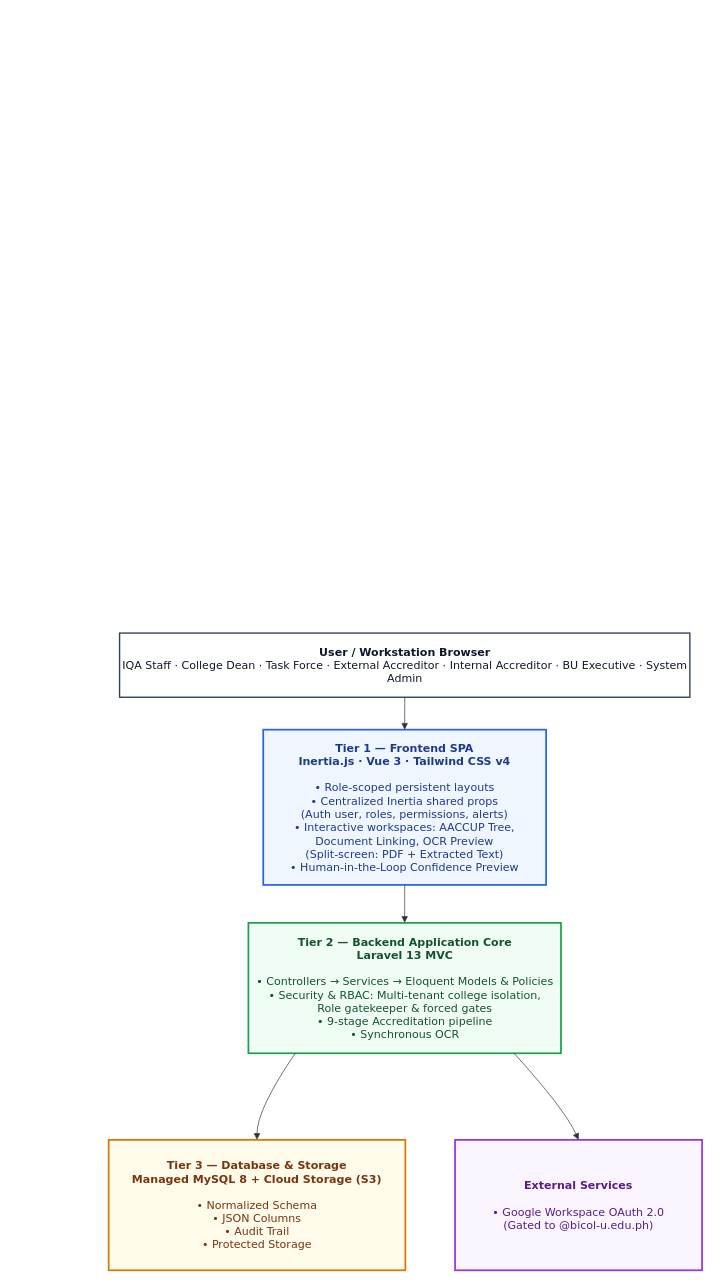
The draw.io diagram v2/docs/system-architecture/architecture diagram.drawio.xml in CCVillanueva02/iqarchive-capstone-figma, before the edit. Source tidied: cells renumbered, new cells numbered last; positions are measured from the earlier drawing's top-left corner, leaving out a move shared by most shapes. Both pictures are drawn from the tidied source at 69%, with x=0, y=0 at pixel (12, 12).
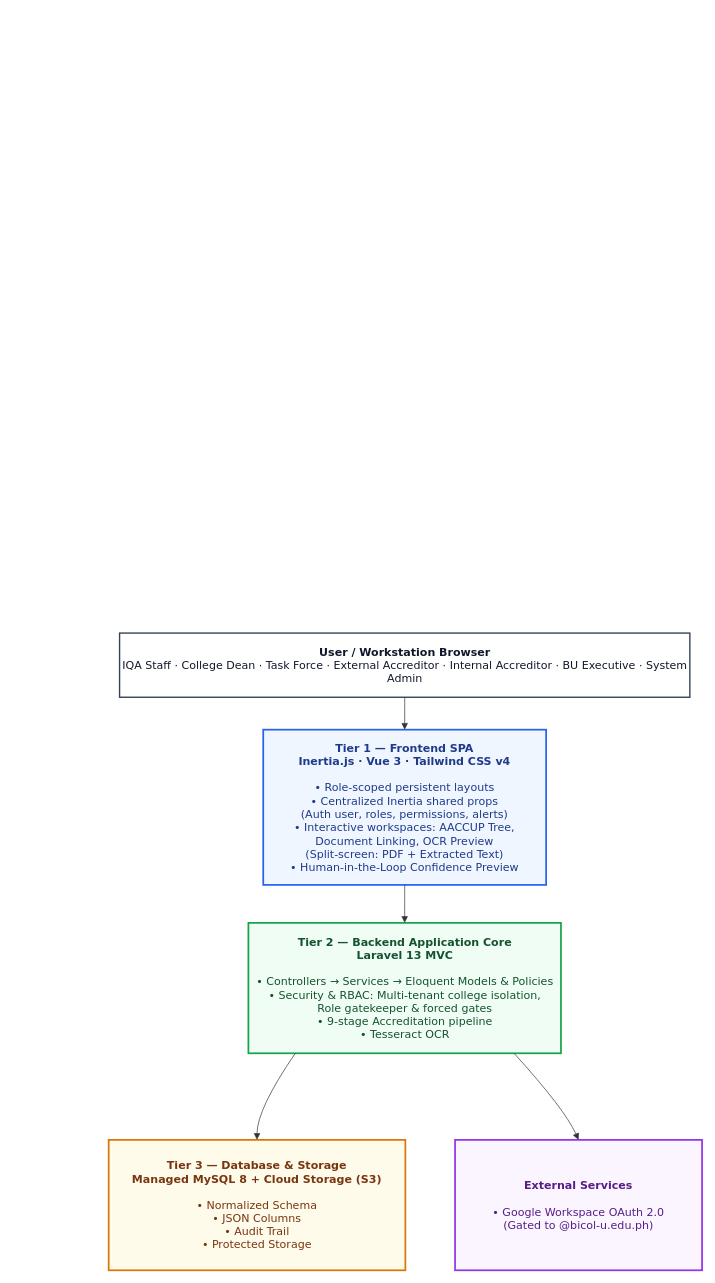
The same page after the edit.

Commit message (it also covers changes not shown here):
docs(arch): update Tier 2 OCR specification to Tesseract OCR

Change to the diagram source:
```diff
@@
 <mxGraphModel>
   <root>
     <mxCell id="0" />
     <mxCell id="1" parent="0" />
     <mxCell id="2" style="group;transparentBounds=1;editIcon=1;lockedGroup=0;groupPadding=10;" parent="1" vertex="1">
       <mxGeometry as="geometry" />
     </mxCell>
     <mxCell id="3" value="&lt;b&gt;User / Workstation Browser&lt;/b&gt;&lt;br&gt;IQA Staff · College Dean · Task Force · External Accreditor · Internal Accreditor · BU Executive · System Admin" style="html=1;whiteSpace=wrap;strokeWidth=2;fillColor=default;strokeColor=#334155;fontColor=#0f172a;fontFamily=Trebuchet MS,Verdana,Arial,sans-serif;fontSize=16;" parent="2" vertex="1">
       <mxGeometry x="155.8" y="900" width="826.5" height="93" as="geometry" />
     </mxCell>
     <mxCell id="4" value="&lt;b&gt;Tier 1 — Frontend SPA&lt;/b&gt;&lt;br&gt;&lt;b&gt;Inertia.js · Vue 3 · Tailwind CSS v4&lt;/b&gt;&lt;br&gt;&lt;br&gt;• Role-scoped persistent layouts&lt;br&gt;• Centralized Inertia shared props&lt;br&gt;(Auth user, roles, permissions, alerts)&lt;br&gt;• Interactive workspaces: AACCUP Tree,&lt;br&gt;Document Linking, OCR Preview&lt;br&gt;(Split-screen: PDF + Extracted Text)&lt;br&gt;• Human-in-the-Loop Confidence Preview" style="html=1;whiteSpace=wrap;strokeWidth=2.5;fillColor=#eff6ff;strokeColor=#2563eb;fontColor=#1e3a8a;fontFamily=Trebuchet MS,Verdana,Arial,sans-serif;fontSize=16;" parent="2" vertex="1">
       <mxGeometry x="364" y="1040" width="410" height="225" as="geometry" />
     </mxCell>
-    <mxCell id="5" value="&lt;b&gt;Tier 2 — Backend Application Core&lt;/b&gt;&lt;br&gt;&lt;b&gt;Laravel 13 MVC&lt;/b&gt;&lt;br&gt;&lt;br&gt;• Controllers → Services → Eloquent Models &amp;amp; Policies&lt;br&gt;• Security &amp;amp; RBAC: Multi-tenant college isolation,&lt;br&gt;Role gatekeeper &amp;amp; forced gates&lt;br&gt;• 9-stage Accreditation pipeline&lt;br&gt;• Synchronous OCR" style="html=1;whiteSpace=wrap;strokeWidth=2.5;fillColor=#f0fdf4;strokeColor=#16a34a;fontColor=#14532d;fontFamily=Trebuchet MS,Verdana,Arial,sans-serif;fontSize=16;" parent="2" vertex="1">
+    <mxCell id="5" value="&lt;b&gt;Tier 2 — Backend Application Core&lt;/b&gt;&lt;br&gt;&lt;b&gt;Laravel 13 MVC&lt;/b&gt;&lt;br&gt;&lt;br&gt;• Controllers → Services → Eloquent Models &amp;amp; Policies&lt;br&gt;• Security &amp;amp; RBAC: Multi-tenant college isolation,&lt;br&gt;Role gatekeeper &amp;amp; forced gates&lt;br&gt;• 9-stage Accreditation pipeline&lt;br&gt;• Tesseract OCR" style="html=1;whiteSpace=wrap;strokeWidth=2.5;fillColor=#f0fdf4;strokeColor=#16a34a;fontColor=#14532d;fontFamily=Trebuchet MS,Verdana,Arial,sans-serif;fontSize=16;" parent="2" vertex="1">
       <mxGeometry x="342.5" y="1320" width="453" height="189" as="geometry" />
     </mxCell>
     <mxCell id="6" value="&lt;b&gt;Tier 3 — Database &amp;amp; Storage&lt;/b&gt;&lt;br&gt;&lt;b&gt;Managed MySQL 8 + Cloud Storage (S3)&lt;/b&gt;&lt;br&gt;&lt;br&gt;• Normalized Schema&lt;br&gt;• JSON Columns&lt;br&gt;• Audit Trail&lt;br&gt;• Protected Storage" style="html=1;whiteSpace=wrap;strokeWidth=2.5;fillColor=#fffbeb;strokeColor=#d97706;fontColor=#78350f;fontFamily=Trebuchet MS,Verdana,Arial,sans-serif;fontSize=16;" parent="2" vertex="1">
       <mxGeometry x="140" y="1634.5" width="430" height="189" as="geometry" />
     </mxCell>
     <mxCell id="7" value="&lt;b&gt;External Services&lt;/b&gt;&lt;br&gt;&lt;br&gt;• Google Workspace OAuth 2.0&lt;br&gt;(Gated to @bicol-u.edu.ph)" style="html=1;whiteSpace=wrap;strokeWidth=2.5;fillColor=#faf5ff;strokeColor=#9333ea;fontColor=#581c87;fontFamily=Trebuchet MS,Verdana,Arial,sans-serif;fontSize=16;" parent="2" vertex="1">
       <mxGeometry x="642" y="1634.5" width="358" height="189" as="geometry" />
     </mxCell>
     <mxCell id="8" style="curved=1;startArrow=none;endArrow=block;endSize=7;strokeColor=light-dark(#333333,#cccccc);html=1;fontSize=16;labelBackgroundColor=light-dark(#E8E8E88D,#2a2a2a8D);fontFamily=Trebuchet MS,Verdana,Arial,sans-serif;fontColor=light-dark(#333333,#cccccc);exitX=0.5;exitY=1;entryX=0.5;entryY=0;rounded=0;" parent="2" edge="1" source="3" target="4">
       <mxGeometry relative="1" as="geometry" />
     </mxCell>
     <mxCell id="9" style="curved=1;startArrow=none;endArrow=block;endSize=7;strokeColor=light-dark(#333333,#cccccc);html=1;fontSize=16;labelBackgroundColor=light-dark(#E8E8E88D,#2a2a2a8D);fontFamily=Trebuchet MS,Verdana,Arial,sans-serif;fontColor=light-dark(#333333,#cccccc);exitX=0.5;exitY=1;entryX=0.5;entryY=0;rounded=0;" parent="2" edge="1" source="4" target="5">
       <mxGeometry relative="1" as="geometry" />
     </mxCell>
     <mxCell id="10" style="curved=1;startArrow=none;endArrow=block;endSize=7;strokeColor=light-dark(#333333,#cccccc);html=1;fontSize=16;labelBackgroundColor=light-dark(#E8E8E88D,#2a2a2a8D);fontFamily=Trebuchet MS,Verdana,Arial,sans-serif;fontColor=light-dark(#333333,#cccccc);exitX=0.15;exitY=1;entryX=0.5;entryY=0;rounded=0;" parent="2" edge="1" source="5" target="6">
       <mxGeometry relative="1" as="geometry">
         <Array as="points">
           <mxPoint x="355" y="1590" />
         </Array>
       </mxGeometry>
     </mxCell>
     <mxCell id="11" style="curved=1;startArrow=none;endArrow=block;endSize=7;strokeColor=light-dark(#333333,#cccccc);html=1;fontSize=16;labelBackgroundColor=light-dark(#E8E8E88D,#2a2a2a8D);fontFamily=Trebuchet MS,Verdana,Arial,sans-serif;fontColor=light-dark(#333333,#cccccc);exitX=0.85;exitY=1;entryX=0.5;entryY=0;rounded=0;" parent="2" edge="1" source="5" target="7">
       <mxGeometry relative="1" as="geometry">
         <Array as="points">
           <mxPoint x="801" y="1590" />
         </Array>
       </mxGeometry>
     </mxCell>
   </root>
 </mxGraphModel>
```
